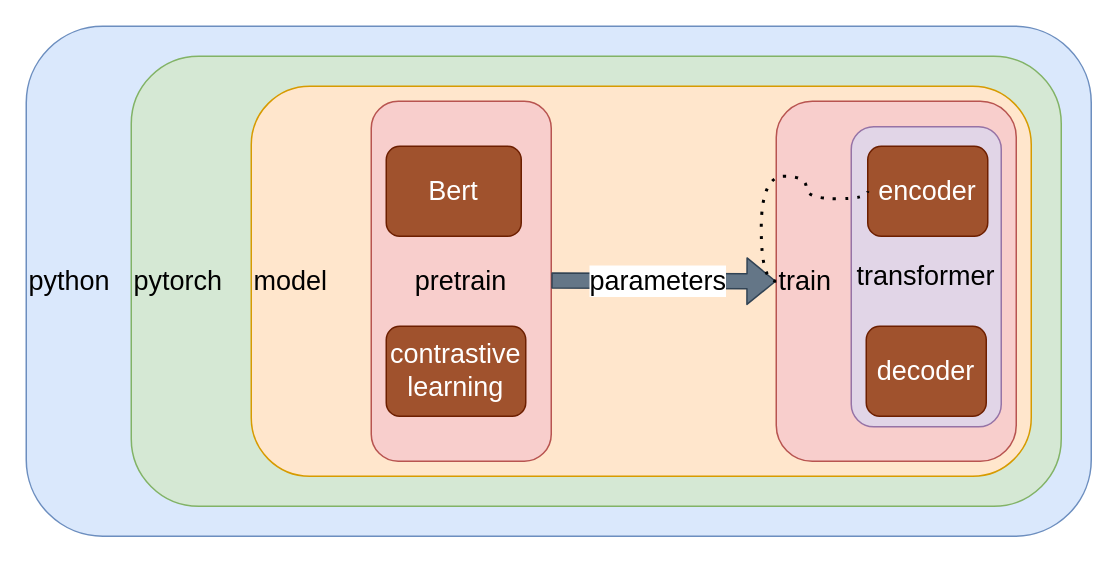
This is Untitled Diagram.drawio from zhaoyi-hb/diagrams, a draw.io file, before an edit. Source tidied: cells renumbered, new cells numbered last; positions are measured from the earlier drawing's top-left corner, leaving out a move shared by most shapes. Both pictures are drawn from the tidied source at 150%, with x=0, y=0 at pixel (26, 26).
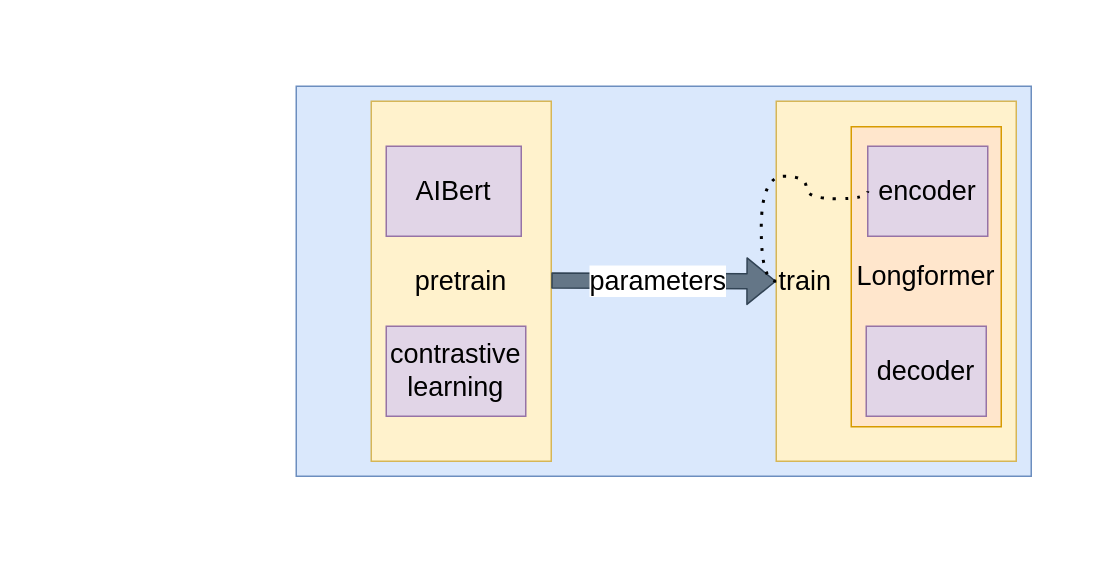
After the change.

Change to the diagram source:
```diff
@@
 <mxGraphModel>
   <root>
     <mxCell id="0" />
     <mxCell id="1" parent="0" />
-    <mxCell id="2" value="&lt;font style=&quot;font-size: 18px&quot;&gt;python&lt;/font&gt;" style="rounded=1;whiteSpace=wrap;html=1;align=left;fillColor=#dae8fc;strokeColor=#6c8ebf;shadow=0;sketch=0;glass=0;" parent="1" vertex="1">
-      <mxGeometry width="710" height="340" as="geometry" />
-    </mxCell>
-    <mxCell id="3" value="&lt;font style=&quot;font-size: 18px&quot;&gt;pytorch&lt;/font&gt;" style="rounded=1;whiteSpace=wrap;html=1;align=left;fillColor=#d5e8d4;strokeColor=#82b366;" parent="1" vertex="1">
-      <mxGeometry x="70" y="20" width="620" height="300" as="geometry" />
-    </mxCell>
-    <mxCell id="4" value="&lt;font style=&quot;font-size: 18px&quot;&gt;model&lt;/font&gt;" style="rounded=1;whiteSpace=wrap;html=1;align=left;fillColor=#ffe6cc;strokeColor=#d79b00;" parent="1" vertex="1">
-      <mxGeometry x="150" y="40" width="520" height="260" as="geometry" />
+    <mxCell id="4" style="rounded=0;whiteSpace=wrap;html=1;align=left;fillColor=#dae8fc;strokeColor=#6c8ebf;" parent="1" vertex="1">
+      <mxGeometry x="180" y="40" width="490" height="260" as="geometry" />
     </mxCell>
-    <mxCell id="5" value="&lt;font style=&quot;font-size: 18px&quot;&gt;pretrain&lt;/font&gt;" style="rounded=1;whiteSpace=wrap;html=1;fillColor=#f8cecc;strokeColor=#b85450;" parent="1" vertex="1">
+    <mxCell id="5" value="&lt;font style=&quot;font-size: 18px&quot;&gt;pretrain&lt;/font&gt;" style="rounded=0;whiteSpace=wrap;html=1;fillColor=#fff2cc;strokeColor=#d6b656;" parent="1" vertex="1">
       <mxGeometry x="230" y="50" width="120" height="240" as="geometry" />
     </mxCell>
-    <mxCell id="6" value="&lt;font style=&quot;font-size: 18px&quot;&gt;train&lt;/font&gt;" style="rounded=1;whiteSpace=wrap;html=1;align=left;fillColor=#f8cecc;strokeColor=#b85450;" parent="1" vertex="1">
+    <mxCell id="6" value="&lt;font style=&quot;font-size: 18px&quot;&gt;train&lt;/font&gt;" style="rounded=0;whiteSpace=wrap;html=1;align=left;fillColor=#fff2cc;strokeColor=#d6b656;" parent="1" vertex="1">
       <mxGeometry x="500" y="50" width="160" height="240" as="geometry" />
     </mxCell>
     <mxCell id="7" style="shape=flexArrow;endArrow=classic;html=1;fillColor=#647687;strokeColor=#314354;" parent="1" edge="1">
       <mxGeometry relative="1" as="geometry">
         <mxPoint x="350" y="169.5" as="sourcePoint" />
         <mxPoint x="500" y="170" as="targetPoint" />
       </mxGeometry>
     </mxCell>
     <mxCell id="8" value="&lt;font style=&quot;font-size: 18px&quot;&gt;parameters&lt;/font&gt;" style="edgeLabel;html=1;align=center;verticalAlign=middle;" parent="7" vertex="1">
       <mxGeometry x="0.14" y="2" relative="1" as="geometry">
         <mxPoint x="-16" y="2.2" as="offset" />
       </mxGeometry>
     </mxCell>
-    <mxCell id="9" value="&lt;font style=&quot;font-size: 18px&quot;&gt;Bert&lt;/font&gt;" style="rounded=1;whiteSpace=wrap;html=1;fillColor=#a0522d;strokeColor=#6D1F00;fontColor=#ffffff;" parent="1" vertex="1">
+    <mxCell id="9" value="&lt;font style=&quot;font-size: 18px&quot;&gt;AIBert&lt;/font&gt;" style="rounded=0;whiteSpace=wrap;html=1;fillColor=#e1d5e7;strokeColor=#9673a6;" parent="1" vertex="1">
       <mxGeometry x="240" y="80" width="90" height="60" as="geometry" />
     </mxCell>
-    <mxCell id="10" value="&lt;font style=&quot;font-size: 18px&quot;&gt;contrastive learning&lt;/font&gt;" style="rounded=1;whiteSpace=wrap;html=1;fillColor=#a0522d;strokeColor=#6D1F00;fontColor=#ffffff;" parent="1" vertex="1">
+    <mxCell id="10" value="&lt;font style=&quot;font-size: 18px&quot;&gt;contrastive learning&lt;/font&gt;" style="rounded=0;whiteSpace=wrap;html=1;fillColor=#e1d5e7;strokeColor=#9673a6;" parent="1" vertex="1">
       <mxGeometry x="240" y="200" width="93" height="60" as="geometry" />
     </mxCell>
-    <mxCell id="11" value="&lt;font style=&quot;font-size: 18px&quot;&gt;transformer&lt;/font&gt;" style="rounded=1;whiteSpace=wrap;html=1;fillColor=#e1d5e7;strokeColor=#9673a6;" parent="1" vertex="1">
+    <mxCell id="11" value="&lt;font style=&quot;font-size: 18px&quot;&gt;Longformer&lt;/font&gt;" style="rounded=0;whiteSpace=wrap;html=1;fillColor=#ffe6cc;strokeColor=#d79b00;" parent="1" vertex="1">
       <mxGeometry x="550" y="67" width="100" height="200" as="geometry" />
     </mxCell>
-    <mxCell id="12" value="&lt;font style=&quot;font-size: 18px&quot;&gt;encoder&lt;/font&gt;" style="rounded=1;whiteSpace=wrap;html=1;fillColor=#a0522d;strokeColor=#6D1F00;fontColor=#ffffff;" parent="1" vertex="1">
+    <mxCell id="12" value="&lt;font style=&quot;font-size: 18px&quot;&gt;encoder&lt;/font&gt;" style="rounded=0;whiteSpace=wrap;html=1;fillColor=#e1d5e7;strokeColor=#9673a6;" parent="1" vertex="1">
       <mxGeometry x="561" y="80" width="80" height="60" as="geometry" />
     </mxCell>
-    <mxCell id="13" value="&lt;font style=&quot;font-size: 18px&quot;&gt;decoder&lt;/font&gt;" style="rounded=1;whiteSpace=wrap;html=1;fillColor=#a0522d;strokeColor=#6D1F00;fontColor=#ffffff;" parent="1" vertex="1">
+    <mxCell id="13" value="&lt;font style=&quot;font-size: 18px&quot;&gt;decoder&lt;/font&gt;" style="rounded=0;whiteSpace=wrap;html=1;fillColor=#e1d5e7;strokeColor=#9673a6;" parent="1" vertex="1">
       <mxGeometry x="560" y="200" width="80" height="60" as="geometry" />
     </mxCell>
     <mxCell id="14" style="endArrow=none;dashed=1;html=1;dashPattern=1 3;strokeWidth=2;exitX=0;exitY=0.5;exitDx=0;exitDy=0;entryX=0;entryY=0.5;entryDx=0;entryDy=0;edgeStyle=orthogonalEdgeStyle;curved=1;" parent="1" edge="1" source="6" target="12">
       <mxGeometry relative="1" as="geometry">
         <Array as="points">
           <mxPoint x="490" y="170" />
           <mxPoint x="490" y="100" />
           <mxPoint x="520" y="100" />
           <mxPoint x="520" y="115" />
         </Array>
       </mxGeometry>
     </mxCell>
   </root>
 </mxGraphModel>
```
